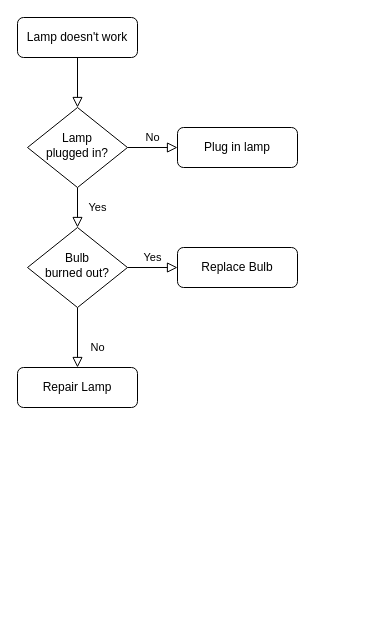
Above: day-4-start.drawio in jose-guisao/hello-world (draw.io), before the change. Source tidied: cells renumbered, new cells numbered last; positions are measured from the earlier drawing's top-left corner, leaving out a move shared by most shapes. Both pictures are drawn from the tidied source at 100%, with x=0, y=0 at pixel (17, 17).
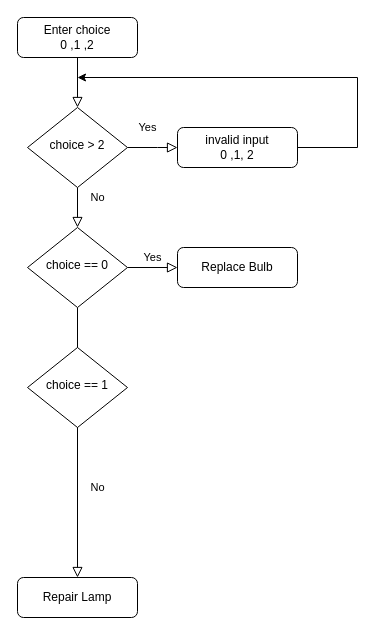
Above is the later version.

Change to the diagram source:
```diff
@@
 <mxGraphModel>
   <root>
     <mxCell id="0" />
     <mxCell id="1" parent="0" />
     <mxCell id="2" style="rounded=0;html=1;jettySize=auto;fontSize=11;endArrow=block;endFill=0;endSize=8;strokeWidth=1;shadow=0;labelBackgroundColor=none;edgeStyle=orthogonalEdgeStyle;" parent="1" edge="1" source="3" target="6">
       <mxGeometry relative="1" as="geometry" />
     </mxCell>
-    <mxCell id="3" value="Lamp doesn't work" style="rounded=1;whiteSpace=wrap;html=1;fontSize=12;glass=0;strokeWidth=1;shadow=0;" parent="1" vertex="1">
+    <mxCell id="3" value="&lt;div&gt;Enter choice&lt;/div&gt;&lt;div&gt;0 ,1 ,2&lt;br&gt;&lt;/div&gt;" style="rounded=1;whiteSpace=wrap;html=1;fontSize=12;glass=0;strokeWidth=1;shadow=0;" parent="1" vertex="1">
       <mxGeometry width="120" height="40" as="geometry" />
     </mxCell>
     <mxCell id="4" value="Yes" style="rounded=0;html=1;jettySize=auto;fontSize=11;endArrow=block;endFill=0;endSize=8;strokeWidth=1;shadow=0;labelBackgroundColor=none;edgeStyle=orthogonalEdgeStyle;" parent="1" edge="1" source="6" target="10">
-      <mxGeometry y="20" relative="1" as="geometry" />
+      <mxGeometry x="-1" y="92" relative="1" as="geometry">
+        <mxPoint x="-22" y="-60" as="offset" />
+      </mxGeometry>
     </mxCell>
     <mxCell id="5" value="No" style="edgeStyle=orthogonalEdgeStyle;rounded=0;html=1;jettySize=auto;fontSize=11;endArrow=block;endFill=0;endSize=8;strokeWidth=1;shadow=0;labelBackgroundColor=none;" parent="1" edge="1" source="6" target="7">
-      <mxGeometry y="10" relative="1" as="geometry" />
+      <mxGeometry x="-1" y="-58" relative="1" as="geometry">
+        <Array as="points">
+          <mxPoint x="140" y="130" />
+          <mxPoint x="140" y="130" />
+        </Array>
+        <mxPoint x="-30" y="-8" as="offset" />
+      </mxGeometry>
     </mxCell>
-    <mxCell id="6" value="Lamp&lt;br&gt;plugged in?" style="rhombus;whiteSpace=wrap;html=1;shadow=0;fontFamily=Helvetica;fontSize=12;align=center;strokeWidth=1;spacing=6;spacingTop=-4;" parent="1" vertex="1">
+    <mxCell id="6" value="choice &amp;gt; 2" style="rhombus;whiteSpace=wrap;html=1;shadow=0;fontFamily=Helvetica;fontSize=12;align=center;strokeWidth=1;spacing=6;spacingTop=-4;" parent="1" vertex="1">
       <mxGeometry x="10" y="90" width="100" height="80" as="geometry" />
     </mxCell>
+    <mxCell id="13" style="edgeStyle=orthogonalEdgeStyle;rounded=0;jettySize=auto;html=1;" parent="1" edge="1" source="7">
+      <mxGeometry relative="1" as="geometry">
+        <mxPoint x="60" y="60" as="targetPoint" />
+        <Array as="points">
+          <mxPoint x="340" y="130" />
+          <mxPoint x="340" y="60" />
+        </Array>
+      </mxGeometry>
+    </mxCell>
-    <mxCell id="7" value="Plug in lamp" style="rounded=1;whiteSpace=wrap;html=1;fontSize=12;glass=0;strokeWidth=1;shadow=0;" parent="1" vertex="1">
+    <mxCell id="7" value="&lt;div&gt;invalid input&lt;/div&gt;&lt;div&gt;0 ,1, 2&lt;br&gt;&lt;/div&gt;" style="rounded=1;whiteSpace=wrap;html=1;fontSize=12;glass=0;strokeWidth=1;shadow=0;" parent="1" vertex="1">
       <mxGeometry x="160" y="110" width="120" height="40" as="geometry" />
     </mxCell>
     <mxCell id="8" value="No" style="rounded=0;html=1;jettySize=auto;fontSize=11;endArrow=block;endFill=0;endSize=8;strokeWidth=1;shadow=0;labelBackgroundColor=none;edgeStyle=orthogonalEdgeStyle;" parent="1" edge="1" source="10" target="11">
       <mxGeometry x="0.33" y="20" relative="1" as="geometry" />
     </mxCell>
     <mxCell id="9" value="Yes" style="edgeStyle=orthogonalEdgeStyle;rounded=0;html=1;jettySize=auto;fontSize=11;endArrow=block;endFill=0;endSize=8;strokeWidth=1;shadow=0;labelBackgroundColor=none;" parent="1" edge="1" source="10" target="12">
       <mxGeometry y="10" relative="1" as="geometry" />
     </mxCell>
-    <mxCell id="10" value="Bulb&lt;br&gt;burned out?" style="rhombus;whiteSpace=wrap;html=1;shadow=0;fontFamily=Helvetica;fontSize=12;align=center;strokeWidth=1;spacing=6;spacingTop=-4;" parent="1" vertex="1">
+    <mxCell id="10" value="choice == 0" style="rhombus;whiteSpace=wrap;html=1;shadow=0;fontFamily=Helvetica;fontSize=12;align=center;strokeWidth=1;spacing=6;spacingTop=-4;" parent="1" vertex="1">
       <mxGeometry x="10" y="210" width="100" height="80" as="geometry" />
     </mxCell>
     <mxCell id="11" value="Repair Lamp" style="rounded=1;whiteSpace=wrap;html=1;fontSize=12;glass=0;strokeWidth=1;shadow=0;" parent="1" vertex="1">
-      <mxGeometry y="350" width="120" height="40" as="geometry" />
+      <mxGeometry y="560" width="120" height="40" as="geometry" />
     </mxCell>
     <mxCell id="12" value="Replace Bulb" style="rounded=1;whiteSpace=wrap;html=1;fontSize=12;glass=0;strokeWidth=1;shadow=0;" parent="1" vertex="1">
       <mxGeometry x="160" y="230" width="120" height="40" as="geometry" />
     </mxCell>
+    <mxCell id="14" value="choice == 1" style="rhombus;whiteSpace=wrap;html=1;shadow=0;fontFamily=Helvetica;fontSize=12;align=center;strokeWidth=1;spacing=6;spacingTop=-4;" parent="1" vertex="1">
+      <mxGeometry x="10" y="330" width="100" height="80" as="geometry" />
+    </mxCell>
   </root>
 </mxGraphModel>
```
